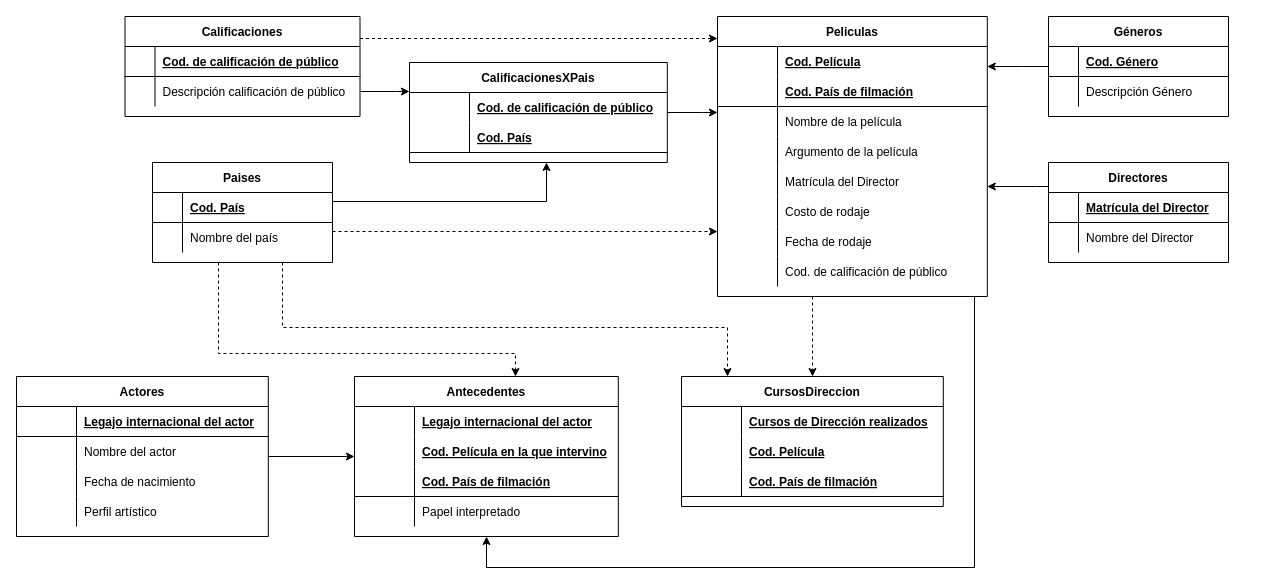
Before: TPIII_Peliculas/2FN_Peliculas_Puyelli.drawio in FedericoRocca/DyADDBB_1erCuatrimestre_2021, a draw.io diagram. Source tidied: cells renumbered, new cells numbered last; positions are measured from the earlier drawing's top-left corner, leaving out a move shared by most shapes. Both pictures are drawn from the tidied source at 100%, with x=0, y=0 at pixel (16, 16).
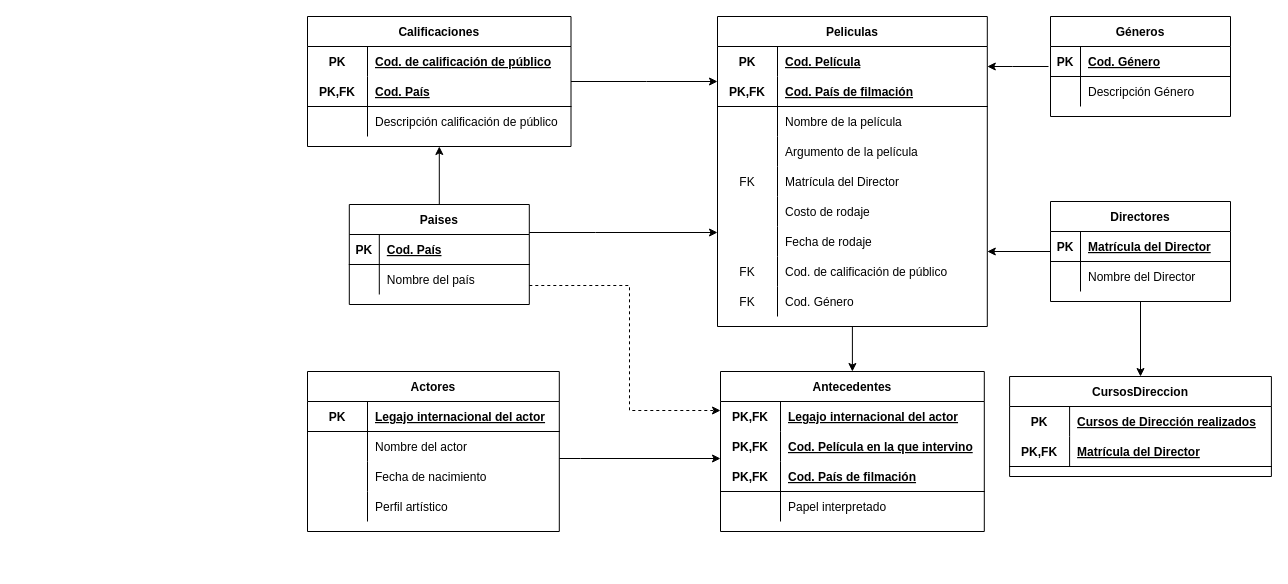
After the change.

Unchanged cells that the change refers to:
```xml
<mxCell id="5" style="shape=partialRectangle;fillColor=none;top=0;left=0;bottom=0;right=0;" parent="4" vertex="1">
  <mxGeometry y="30" width="269.8" height="30" as="geometry" />
</mxCell>
<mxCell id="8" style="shape=partialRectangle;fillColor=none;top=0;left=0;bottom=1;right=0;" parent="4" vertex="1">
  <mxGeometry y="60" width="269.8" height="30" as="geometry" />
</mxCell>
<mxCell id="17" style="shape=partialRectangle;fillColor=none;top=0;left=0;bottom=0;right=0;" parent="4" vertex="1">
  <mxGeometry y="150" width="269.8" height="30" as="geometry" />
</mxCell>
<mxCell id="26" style="shape=partialRectangle;fillColor=none;top=0;left=0;bottom=0;right=0;" parent="4" vertex="1">
  <mxGeometry y="240" width="269.8" height="30" as="geometry" />
</mxCell>
<mxCell id="30" style="shape=partialRectangle;fillColor=none;top=0;left=0;bottom=0;right=0;" parent="29" vertex="1">
  <mxGeometry y="30" width="261.8" height="30" as="geometry" />
</mxCell>
<mxCell id="41" style="shape=partialRectangle;fillColor=none;top=0;left=0;bottom=1;right=0;" parent="40" vertex="1">
  <mxGeometry y="30" width="251.8" height="30" as="geometry" />
</mxCell>
<mxCell id="54" style="shape=partialRectangle;fillColor=none;top=0;left=0;bottom=0;right=0;" parent="53" vertex="1">
  <mxGeometry y="30" width="263.8" height="30" as="geometry" />
</mxCell>
<mxCell id="57" style="shape=partialRectangle;fillColor=none;top=0;left=0;bottom=0;right=0;" parent="53" vertex="1">
  <mxGeometry y="60" width="263.8" height="30" as="geometry" />
</mxCell>
<mxCell id="60" style="shape=partialRectangle;fillColor=none;top=0;left=0;bottom=1;right=0;" parent="53" vertex="1">
  <mxGeometry y="90" width="263.8" height="30" as="geometry" />
</mxCell>
<mxCell id="71" style="shape=partialRectangle;fillColor=none;top=0;left=0;bottom=1;right=0;" parent="70" vertex="1">
  <mxGeometry y="30" width="180" height="30" as="geometry" />
</mxCell>
<mxCell id="79" style="shape=partialRectangle;fillColor=none;top=0;left=0;bottom=1;right=0;" parent="78" vertex="1">
  <mxGeometry y="30" width="180" height="30" as="geometry" />
</mxCell>
<mxCell id="87" style="shape=partialRectangle;fillColor=none;top=0;left=0;bottom=1;right=0;" parent="86" vertex="1">
  <mxGeometry y="30" width="180" height="30" as="geometry" />
</mxCell>
```

The edit, as a diff of the source:
```diff
@@
-    <mxCell id="2" style="edgeStyle=orthogonalEdgeStyle;rounded=0;jettySize=auto;html=1;" parent="1" edge="1" source="4" target="53">
+    <mxCell id="2" style="edgeStyle=orthogonalEdgeStyle;rounded=0;jettySize=auto;html=1;startArrow=none;startFill=0;endArrow=classic;endFill=1;" parent="1" edge="1" source="4" target="53">
       <mxGeometry relative="1" as="geometry">
         <Array as="points">
-          <mxPoint x="958" y="551" />
-          <mxPoint x="470" y="551" />
+          <mxPoint x="844" y="435" />
         </Array>
       </mxGeometry>
     </mxCell>
-    <mxCell id="3" style="edgeStyle=orthogonalEdgeStyle;rounded=0;jettySize=auto;html=1;dashed=1;" parent="1" edge="1" source="4" target="29">
-      <mxGeometry relative="1" as="geometry">
-        <Array as="points">
-          <mxPoint x="796" y="301" />
-          <mxPoint x="796" y="301" />
-        </Array>
-      </mxGeometry>
-    </mxCell>
     <mxCell id="4" value="Peliculas" style="shape=table;startSize=30;childLayout=tableLayout;rowLines=0;fontStyle=1;align=center;" parent="1" vertex="1">
-      <mxGeometry x="701" width="269.8" height="280" as="geometry" />
+      <mxGeometry x="701" width="269.8" height="310" as="geometry" />
     </mxCell>
@@
-    <mxCell id="6" style="shape=partialRectangle;fillColor=none;top=0;left=0;bottom=0;right=0;fontStyle=1;overflow=hidden;" parent="5" vertex="1">
+    <mxCell id="6" value="PK" style="shape=partialRectangle;fillColor=none;top=0;left=0;bottom=0;right=0;fontStyle=1;overflow=hidden;" parent="5" vertex="1">
       <mxGeometry width="60" height="30" as="geometry" />
     </mxCell>
@@
-    <mxCell id="9" style="shape=partialRectangle;fillColor=none;top=0;left=0;bottom=0;right=0;fontStyle=1;overflow=hidden;" parent="8" vertex="1">
+    <mxCell id="9" value="PK,FK" style="shape=partialRectangle;fillColor=none;top=0;left=0;bottom=0;right=0;fontStyle=1;overflow=hidden;" parent="8" vertex="1">
       <mxGeometry width="60" height="30" as="geometry" />
     </mxCell>
@@
-    <mxCell id="18" style="shape=partialRectangle;fillColor=none;top=0;left=0;bottom=0;right=0;overflow=hidden;" parent="17" vertex="1">
+    <mxCell id="18" value="FK" style="shape=partialRectangle;fillColor=none;top=0;left=0;bottom=0;right=0;overflow=hidden;" parent="17" vertex="1">
       <mxGeometry width="60" height="30" as="geometry" />
     </mxCell>
@@
-    <mxCell id="27" style="shape=partialRectangle;fillColor=none;top=0;left=0;bottom=0;right=0;overflow=hidden;" parent="26" vertex="1">
+    <mxCell id="27" value="FK" style="shape=partialRectangle;fillColor=none;top=0;left=0;bottom=0;right=0;overflow=hidden;" parent="26" vertex="1">
       <mxGeometry width="60" height="30" as="geometry" />
     </mxCell>
@@
+    <mxCell id="110" style="shape=partialRectangle;fillColor=none;top=0;left=0;bottom=0;right=0;" parent="4" vertex="1">
+      <mxGeometry y="270" width="269.8" height="30" as="geometry" />
+    </mxCell>
+    <mxCell id="111" value="FK" style="shape=partialRectangle;fillColor=none;top=0;left=0;bottom=0;right=0;overflow=hidden;" parent="110" vertex="1">
+      <mxGeometry width="60" height="30" as="geometry" />
+    </mxCell>
+    <mxCell id="112" value="Cod. Género" style="shape=partialRectangle;fillColor=none;top=0;left=0;bottom=0;right=0;align=left;spacingLeft=6;overflow=hidden;" parent="110" vertex="1">
+      <mxGeometry x="60" width="209.8" height="30" as="geometry" />
+    </mxCell>
     <mxCell id="29" value="CursosDireccion" style="shape=table;startSize=30;childLayout=tableLayout;rowLines=0;fontStyle=1;align=center;" parent="1" vertex="1">
-      <mxGeometry x="665" y="360" width="261.8" height="130" as="geometry" />
+      <mxGeometry x="993.1" y="360" width="261.8" height="100" as="geometry" />
     </mxCell>
@@
-    <mxCell id="31" style="shape=partialRectangle;fillColor=none;top=0;left=0;bottom=0;right=0;fontStyle=1;overflow=hidden;" parent="30" vertex="1">
+    <mxCell id="31" value="PK" style="shape=partialRectangle;fillColor=none;top=0;left=0;bottom=0;right=0;fontStyle=1;overflow=hidden;" parent="30" vertex="1">
       <mxGeometry width="60" height="30" as="geometry" />
     </mxCell>
@@
-    <mxCell id="33" style="shape=partialRectangle;fillColor=none;top=0;left=0;bottom=0;right=0;" parent="29" vertex="1">
-      <mxGeometry y="60" width="261.8" height="30" as="geometry" />
-    </mxCell>
-    <mxCell id="34" style="shape=partialRectangle;fillColor=none;top=0;left=0;bottom=0;right=0;fontStyle=1;overflow=hidden;" parent="33" vertex="1">
-      <mxGeometry width="60" height="30" as="geometry" />
-    </mxCell>
-    <mxCell id="35" value="Cod. Película" style="shape=partialRectangle;fillColor=none;top=0;left=0;bottom=0;right=0;align=left;spacingLeft=6;fontStyle=5;overflow=hidden;" parent="33" vertex="1">
-      <mxGeometry x="60" width="201.8" height="30" as="geometry" />
-    </mxCell>
     <mxCell id="36" style="shape=partialRectangle;fillColor=none;top=0;left=0;bottom=1;right=0;" parent="29" vertex="1">
-      <mxGeometry y="90" width="261.8" height="30" as="geometry" />
+      <mxGeometry y="60" width="261.8" height="30" as="geometry" />
     </mxCell>
-    <mxCell id="37" style="shape=partialRectangle;fillColor=none;top=0;left=0;bottom=0;right=0;fontStyle=1;overflow=hidden;" parent="36" vertex="1">
+    <mxCell id="37" value="PK,FK" style="shape=partialRectangle;fillColor=none;top=0;left=0;bottom=0;right=0;fontStyle=1;overflow=hidden;" parent="36" vertex="1">
       <mxGeometry width="60" height="30" as="geometry" />
     </mxCell>
-    <mxCell id="38" value="Cod. País de filmación" style="shape=partialRectangle;fillColor=none;top=0;left=0;bottom=0;right=0;align=left;spacingLeft=6;fontStyle=5;overflow=hidden;" parent="36" vertex="1">
+    <mxCell id="38" value="Matrícula del Director" style="shape=partialRectangle;fillColor=none;top=0;left=0;bottom=0;right=0;align=left;spacingLeft=6;fontStyle=5;overflow=hidden;" parent="36" vertex="1">
       <mxGeometry x="60" width="201.8" height="30" as="geometry" />
     </mxCell>
-    <mxCell id="39" style="edgeStyle=orthogonalEdgeStyle;rounded=0;jettySize=auto;html=1;" parent="1" edge="1" source="40" target="53">
+    <mxCell id="39" style="edgeStyle=orthogonalEdgeStyle;rounded=0;jettySize=auto;html=1;startArrow=none;startFill=0;endArrow=classic;endFill=1;" parent="1" edge="1" source="40" target="53">
       <mxGeometry relative="1" as="geometry">
         <Array as="points">
-          <mxPoint x="169" y="439" />
-          <mxPoint x="169" y="439" />
+          <mxPoint x="564" y="442" />
+          <mxPoint x="564" y="442" />
         </Array>
       </mxGeometry>
     </mxCell>
     <mxCell id="40" value="Actores" style="shape=table;startSize=30;childLayout=tableLayout;rowLines=0;fontStyle=1;align=center;" parent="1" vertex="1">
-      <mxGeometry y="360" width="251.8" height="160" as="geometry" />
+      <mxGeometry x="291" y="355" width="251.8" height="160" as="geometry" />
     </mxCell>
@@
-    <mxCell id="42" style="shape=partialRectangle;fillColor=none;top=0;left=0;bottom=0;right=0;fontStyle=1;overflow=hidden;" parent="41" vertex="1">
+    <mxCell id="42" value="PK" style="shape=partialRectangle;fillColor=none;top=0;left=0;bottom=0;right=0;fontStyle=1;overflow=hidden;" parent="41" vertex="1">
       <mxGeometry width="60" height="30" as="geometry" />
     </mxCell>
@@
     <mxCell id="53" value="Antecedentes" style="shape=table;startSize=30;childLayout=tableLayout;rowLines=0;fontStyle=1;align=center;" parent="1" vertex="1">
-      <mxGeometry x="338" y="360" width="263.8" height="160" as="geometry" />
+      <mxGeometry x="704" y="355" width="263.8" height="160" as="geometry" />
     </mxCell>
@@
-    <mxCell id="55" style="shape=partialRectangle;fillColor=none;top=0;left=0;bottom=0;right=0;fontStyle=1;overflow=hidden;" parent="54" vertex="1">
+    <mxCell id="55" value="PK,FK" style="shape=partialRectangle;fillColor=none;top=0;left=0;bottom=0;right=0;fontStyle=1;overflow=hidden;" parent="54" vertex="1">
       <mxGeometry width="60" height="30" as="geometry" />
     </mxCell>
@@
-    <mxCell id="58" style="shape=partialRectangle;fillColor=none;top=0;left=0;bottom=0;right=0;fontStyle=1;overflow=hidden;" parent="57" vertex="1">
+    <mxCell id="58" value="PK,FK" style="shape=partialRectangle;fillColor=none;top=0;left=0;bottom=0;right=0;fontStyle=1;overflow=hidden;" parent="57" vertex="1">
       <mxGeometry width="60" height="30" as="geometry" />
     </mxCell>
@@
-    <mxCell id="61" style="shape=partialRectangle;fillColor=none;top=0;left=0;bottom=0;right=0;fontStyle=1;overflow=hidden;" parent="60" vertex="1">
+    <mxCell id="61" value="PK,FK" style="shape=partialRectangle;fillColor=none;top=0;left=0;bottom=0;right=0;fontStyle=1;overflow=hidden;" parent="60" vertex="1">
       <mxGeometry width="60" height="30" as="geometry" />
     </mxCell>
@@
-    <mxCell id="66" style="edgeStyle=orthogonalEdgeStyle;rounded=0;jettySize=auto;html=1;" parent="1" edge="1" source="70" target="103">
-      <mxGeometry relative="1" as="geometry">
-        <Array as="points">
-          <mxPoint x="530" y="185" />
-        </Array>
-      </mxGeometry>
-    </mxCell>
-    <mxCell id="67" style="edgeStyle=orthogonalEdgeStyle;rounded=0;jettySize=auto;html=1;dashed=1;" parent="1" edge="1" source="70" target="4">
-      <mxGeometry relative="1" as="geometry">
-        <Array as="points">
-          <mxPoint x="509" y="215" />
-          <mxPoint x="509" y="215" />
-        </Array>
-      </mxGeometry>
-    </mxCell>
-    <mxCell id="68" style="edgeStyle=orthogonalEdgeStyle;rounded=0;jettySize=auto;html=1;dashed=1;" parent="1" edge="1" source="70" target="53">
+    <mxCell id="68" style="edgeStyle=orthogonalEdgeStyle;rounded=0;jettySize=auto;html=1;dashed=1;startArrow=none;startFill=0;endArrow=classic;endFill=1;" parent="1" edge="1" source="70" target="53">
       <mxGeometry relative="1" as="geometry">
         <Array as="points">
-          <mxPoint x="202" y="337" />
-          <mxPoint x="499" y="337" />
+          <mxPoint x="613" y="269" />
+          <mxPoint x="613" y="394" />
         </Array>
       </mxGeometry>
     </mxCell>
-    <mxCell id="69" style="edgeStyle=orthogonalEdgeStyle;rounded=0;jettySize=auto;html=1;dashed=1;" parent="1" edge="1" source="70" target="29">
-      <mxGeometry relative="1" as="geometry">
-        <Array as="points">
-          <mxPoint x="266" y="311" />
-          <mxPoint x="711" y="311" />
-        </Array>
-      </mxGeometry>
-    </mxCell>
     <mxCell id="70" value="Paises" style="shape=table;startSize=30;childLayout=tableLayout;rowLines=0;fontStyle=1;align=center;" parent="1" vertex="1">
-      <mxGeometry x="136" y="146" width="180" height="100" as="geometry" />
+      <mxGeometry x="332.8" y="188" width="180" height="100" as="geometry" />
     </mxCell>
@@
-    <mxCell id="72" style="shape=partialRectangle;fillColor=none;top=0;left=0;bottom=0;right=0;fontStyle=1;overflow=hidden;" parent="71" vertex="1">
+    <mxCell id="72" value="PK" style="shape=partialRectangle;fillColor=none;top=0;left=0;bottom=0;right=0;fontStyle=1;overflow=hidden;" parent="71" vertex="1">
       <mxGeometry width="30" height="30" as="geometry" />
     </mxCell>
@@
-    <mxCell id="77" style="edgeStyle=orthogonalEdgeStyle;rounded=0;jettySize=auto;html=1;" parent="1" edge="1" source="78" target="4">
-      <mxGeometry relative="1" as="geometry">
-        <Array as="points">
-          <mxPoint x="1006" y="50" />
-          <mxPoint x="1006" y="50" />
-        </Array>
-      </mxGeometry>
-    </mxCell>
     <mxCell id="78" value="Géneros" style="shape=table;startSize=30;childLayout=tableLayout;rowLines=0;fontStyle=1;align=center;" parent="1" vertex="1">
-      <mxGeometry x="1032" width="180" height="100" as="geometry" />
+      <mxGeometry x="1034" width="180" height="100" as="geometry" />
     </mxCell>
@@
-    <mxCell id="80" style="shape=partialRectangle;fillColor=none;top=0;left=0;bottom=0;right=0;fontStyle=1;overflow=hidden;" parent="79" vertex="1">
+    <mxCell id="80" value="PK" style="shape=partialRectangle;fillColor=none;top=0;left=0;bottom=0;right=0;fontStyle=1;overflow=hidden;" parent="79" vertex="1">
       <mxGeometry width="30" height="30" as="geometry" />
     </mxCell>
@@
-    <mxCell id="85" style="edgeStyle=orthogonalEdgeStyle;rounded=0;jettySize=auto;html=1;" parent="1" edge="1" source="86" target="4">
+    <mxCell id="85" style="edgeStyle=orthogonalEdgeStyle;rounded=0;jettySize=auto;html=1;startArrow=none;startFill=0;endArrow=classic;endFill=1;" parent="1" edge="1" source="86" target="4">
       <mxGeometry relative="1" as="geometry">
         <Array as="points">
-          <mxPoint x="1019" y="170" />
-          <mxPoint x="1019" y="170" />
+          <mxPoint x="1051" y="217" />
+          <mxPoint x="1051" y="217" />
         </Array>
       </mxGeometry>
     </mxCell>
+    <mxCell id="113" style="edgeStyle=orthogonalEdgeStyle;rounded=0;jettySize=auto;html=1;startArrow=none;startFill=0;endArrow=classic;endFill=1;" parent="1" edge="1" source="86" target="29">
+      <mxGeometry relative="1" as="geometry" />
+    </mxCell>
     <mxCell id="86" value="Directores" style="shape=table;startSize=30;childLayout=tableLayout;rowLines=0;fontStyle=1;align=center;" parent="1" vertex="1">
-      <mxGeometry x="1032" y="146" width="180" height="100" as="geometry" />
+      <mxGeometry x="1034" y="185" width="180" height="100" as="geometry" />
     </mxCell>
@@
-    <mxCell id="88" style="shape=partialRectangle;fillColor=none;top=0;left=0;bottom=0;right=0;fontStyle=1;overflow=hidden;" parent="87" vertex="1">
+    <mxCell id="88" value="PK" style="shape=partialRectangle;fillColor=none;top=0;left=0;bottom=0;right=0;fontStyle=1;overflow=hidden;" parent="87" vertex="1">
       <mxGeometry width="30" height="30" as="geometry" />
     </mxCell>
@@
-    <mxCell id="93" style="edgeStyle=orthogonalEdgeStyle;rounded=0;jettySize=auto;html=1;" parent="1" edge="1" source="95" target="103">
-      <mxGeometry relative="1" as="geometry">
-        <Array as="points">
-          <mxPoint x="380" y="75" />
-          <mxPoint x="380" y="75" />
-        </Array>
-      </mxGeometry>
-    </mxCell>
-    <mxCell id="94" style="edgeStyle=orthogonalEdgeStyle;rounded=0;jettySize=auto;html=1;dashed=1;" parent="1" edge="1" source="95" target="4">
+    <mxCell id="94" style="edgeStyle=orthogonalEdgeStyle;rounded=0;jettySize=auto;html=1;startArrow=none;startFill=0;endArrow=classic;endFill=1;" parent="1" edge="1" source="95" target="4">
       <mxGeometry relative="1" as="geometry">
         <Array as="points">
-          <mxPoint x="506" y="22" />
-          <mxPoint x="506" y="22" />
+          <mxPoint x="630" y="65" />
+          <mxPoint x="630" y="65" />
         </Array>
       </mxGeometry>
     </mxCell>
+    <mxCell id="114" style="edgeStyle=orthogonalEdgeStyle;rounded=0;orthogonalLoop=1;jettySize=auto;html=1;startArrow=none;startFill=0;endArrow=classic;endFill=1;" parent="1" edge="1">
+      <mxGeometry relative="1" as="geometry">
+        <mxPoint x="1032" y="50" as="sourcePoint" />
+        <mxPoint x="970.8" y="50" as="targetPoint" />
+        <Array as="points">
+          <mxPoint x="996" y="50" />
+          <mxPoint x="996" y="50" />
+        </Array>
+      </mxGeometry>
+    </mxCell>
+    <mxCell id="67" style="edgeStyle=orthogonalEdgeStyle;rounded=0;jettySize=auto;html=1;startArrow=none;startFill=0;endArrow=classic;endFill=1;" parent="1" edge="1" source="70" target="4">
+      <mxGeometry relative="1" as="geometry">
+        <Array as="points">
+          <mxPoint x="579" y="216" />
+          <mxPoint x="579" y="216" />
+        </Array>
+      </mxGeometry>
+    </mxCell>
+    <mxCell id="115" style="edgeStyle=orthogonalEdgeStyle;rounded=0;jettySize=auto;html=1;startArrow=none;startFill=0;endArrow=classic;endFill=1;" parent="1" edge="1" source="70" target="95">
+      <mxGeometry relative="1" as="geometry">
+        <Array as="points">
+          <mxPoint x="423" y="225" />
+        </Array>
+      </mxGeometry>
+    </mxCell>
     <mxCell id="95" value="Calificaciones" style="shape=table;startSize=30;childLayout=tableLayout;rowLines=0;fontStyle=1;align=center;" parent="1" vertex="1">
-      <mxGeometry x="108.5" width="235" height="100" as="geometry" />
+      <mxGeometry x="291" width="263.5" height="130" as="geometry" />
     </mxCell>
-    <mxCell id="96" style="shape=partialRectangle;fillColor=none;top=0;left=0;bottom=1;right=0;" parent="95" vertex="1">
-      <mxGeometry y="30" width="235" height="30" as="geometry" />
-    </mxCell>
-    <mxCell id="97" style="shape=partialRectangle;fillColor=none;top=0;left=0;bottom=0;right=0;fontStyle=1;overflow=hidden;" parent="96" vertex="1">
-      <mxGeometry width="30" height="30" as="geometry" />
-    </mxCell>
-    <mxCell id="98" value="Cod. de calificación de público" style="shape=partialRectangle;fillColor=none;top=0;left=0;bottom=0;right=0;align=left;spacingLeft=6;fontStyle=5;overflow=hidden;" parent="96" vertex="1">
-      <mxGeometry x="30" width="205" height="30" as="geometry" />
-    </mxCell>
-    <mxCell id="99" style="shape=partialRectangle;fillColor=none;top=0;left=0;bottom=0;right=0;" parent="95" vertex="1">
-      <mxGeometry y="60" width="235" height="30" as="geometry" />
-    </mxCell>
-    <mxCell id="100" style="shape=partialRectangle;fillColor=none;top=0;left=0;bottom=0;right=0;overflow=hidden;" parent="99" vertex="1">
-      <mxGeometry width="30" height="30" as="geometry" />
-    </mxCell>
+    <mxCell id="116" style="shape=partialRectangle;fillColor=none;top=0;left=0;bottom=0;right=0;" parent="95" vertex="1">
+      <mxGeometry y="30" width="263.5" height="30" as="geometry" />
+    </mxCell>
+    <mxCell id="117" value="PK" style="shape=partialRectangle;fillColor=none;top=0;left=0;bottom=0;right=0;fontStyle=1;overflow=hidden;" parent="116" vertex="1">
+      <mxGeometry width="60" height="30" as="geometry" />
+    </mxCell>
+    <mxCell id="118" value="Cod. de calificación de público" style="shape=partialRectangle;fillColor=none;top=0;left=0;bottom=0;right=0;align=left;spacingLeft=6;fontStyle=5;overflow=hidden;" parent="116" vertex="1">
+      <mxGeometry x="60" width="203.5" height="30" as="geometry" />
+    </mxCell>
+    <mxCell id="119" style="shape=partialRectangle;fillColor=none;top=0;left=0;bottom=1;right=0;" parent="95" vertex="1">
+      <mxGeometry y="60" width="263.5" height="30" as="geometry" />
+    </mxCell>
+    <mxCell id="120" value="PK,FK" style="shape=partialRectangle;fillColor=none;top=0;left=0;bottom=0;right=0;fontStyle=1;overflow=hidden;" parent="119" vertex="1">
+      <mxGeometry width="60" height="30" as="geometry" />
+    </mxCell>
+    <mxCell id="109" value="Cod. País" style="shape=partialRectangle;fillColor=none;top=0;left=0;bottom=0;right=0;align=left;spacingLeft=6;fontStyle=5;overflow=hidden;" parent="119" vertex="1">
+      <mxGeometry x="60" width="203.5" height="30" as="geometry" />
+    </mxCell>
+    <mxCell id="121" style="shape=partialRectangle;fillColor=none;top=0;left=0;bottom=0;right=0;" parent="95" vertex="1">
+      <mxGeometry y="90" width="263.5" height="30" as="geometry" />
+    </mxCell>
+    <mxCell id="122" style="shape=partialRectangle;fillColor=none;top=0;left=0;bottom=0;right=0;overflow=hidden;" parent="121" vertex="1">
+      <mxGeometry width="60" height="30" as="geometry" />
+    </mxCell>
-    <mxCell id="101" value="Descripción calificación de público" style="shape=partialRectangle;fillColor=none;top=0;left=0;bottom=0;right=0;align=left;spacingLeft=6;overflow=hidden;" parent="99" vertex="1">
-      <mxGeometry x="30" width="205" height="30" as="geometry" />
+    <mxCell id="101" value="Descripción calificación de público" style="shape=partialRectangle;fillColor=none;top=0;left=0;bottom=0;right=0;align=left;spacingLeft=6;overflow=hidden;" parent="121" vertex="1">
+      <mxGeometry x="60" width="203.5" height="30" as="geometry" />
     </mxCell>
-    <mxCell id="102" style="edgeStyle=orthogonalEdgeStyle;rounded=0;jettySize=auto;html=1;" parent="1" edge="1" source="103" target="4">
-      <mxGeometry relative="1" as="geometry">
-        <Array as="points">
-          <mxPoint x="686" y="96" />
-          <mxPoint x="686" y="96" />
-        </Array>
-      </mxGeometry>
-    </mxCell>
-    <mxCell id="103" value="CalificacionesXPais" style="shape=table;startSize=30;childLayout=tableLayout;rowLines=0;fontStyle=1;align=center;" parent="1" vertex="1">
-      <mxGeometry x="393" y="46" width="257.8" height="100" as="geometry" />
-    </mxCell>
-    <mxCell id="104" style="shape=partialRectangle;fillColor=none;top=0;left=0;bottom=0;right=0;" parent="103" vertex="1">
-      <mxGeometry y="30" width="257.8" height="30" as="geometry" />
-    </mxCell>
-    <mxCell id="105" style="shape=partialRectangle;fillColor=none;top=0;left=0;bottom=0;right=0;fontStyle=1;overflow=hidden;" parent="104" vertex="1">
-      <mxGeometry width="60" height="30" as="geometry" />
-    </mxCell>
-    <mxCell id="106" value="Cod. de calificación de público" style="shape=partialRectangle;fillColor=none;top=0;left=0;bottom=0;right=0;align=left;spacingLeft=6;fontStyle=5;overflow=hidden;" parent="104" vertex="1">
-      <mxGeometry x="60" width="197.8" height="30" as="geometry" />
-    </mxCell>
-    <mxCell id="107" style="shape=partialRectangle;fillColor=none;top=0;left=0;bottom=1;right=0;" parent="103" vertex="1">
-      <mxGeometry y="60" width="257.8" height="30" as="geometry" />
-    </mxCell>
-    <mxCell id="108" style="shape=partialRectangle;fillColor=none;top=0;left=0;bottom=0;right=0;fontStyle=1;overflow=hidden;" parent="107" vertex="1">
-      <mxGeometry width="60" height="30" as="geometry" />
-    </mxCell>
-    <mxCell id="109" value="Cod. País" style="shape=partialRectangle;fillColor=none;top=0;left=0;bottom=0;right=0;align=left;spacingLeft=6;fontStyle=5;overflow=hidden;" parent="107" vertex="1">
-      <mxGeometry x="60" width="197.8" height="30" as="geometry" />
-    </mxCell>
```
